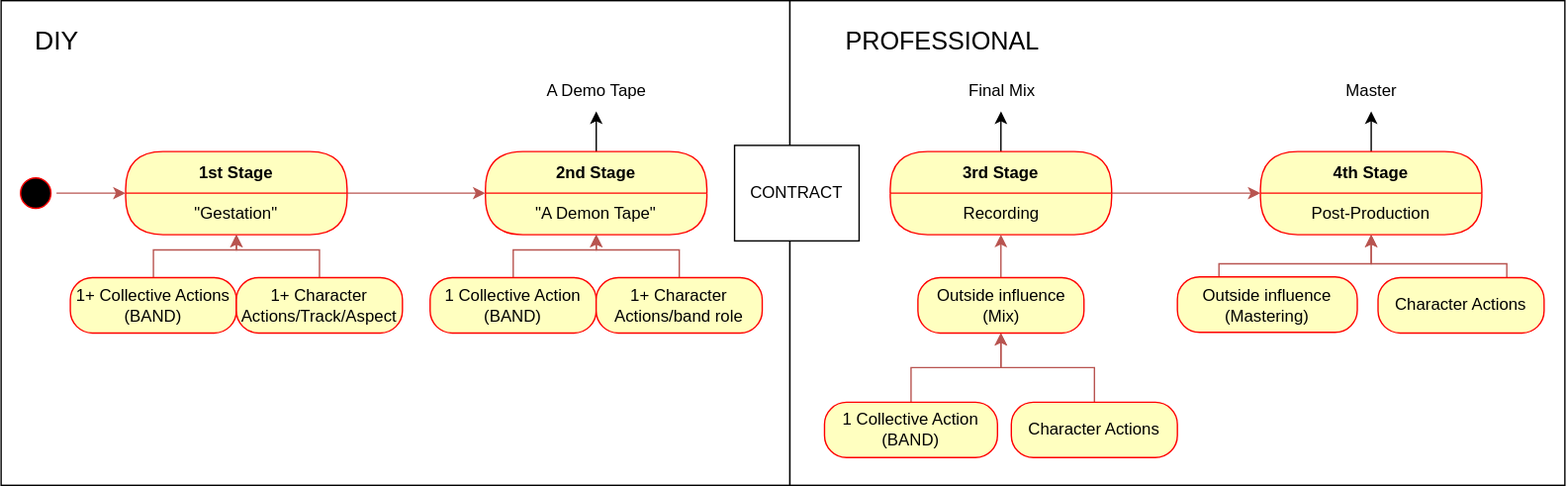
Earlier version of the draw.io export TheProspector/Assets/Schematics/Record.svg (SakuNurmiranta/TheProspector). Source tidied: cells renumbered, new cells last; positions are measured from the earlier drawing's top-left corner, leaving out a move shared by most shapes.
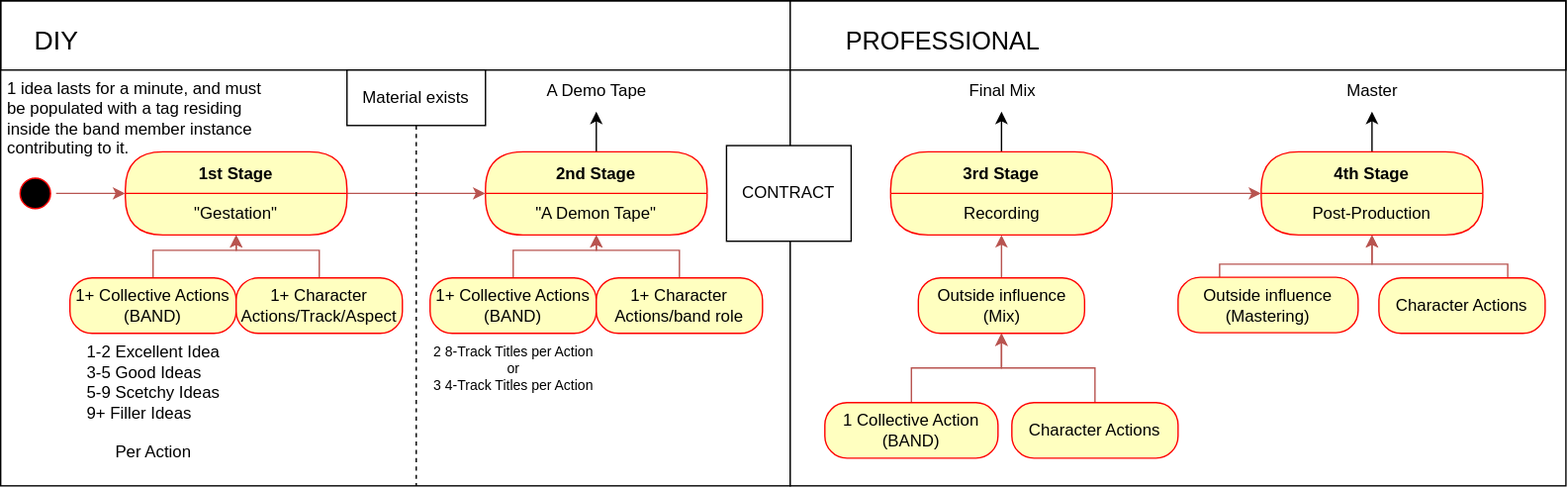
Later version of the same file.

Commit message:
furthering the record concept

The edit, as a diff of the source:
```diff
@@ -26,7 +26,7 @@
     <mxCell id="9" style="edgeStyle=orthogonalEdgeStyle;rounded=0;jettySize=auto;html=1;entryX=0.5;entryY=1;entryDx=0;entryDy=0;fillColor=#f8cecc;strokeColor=#b85450;" parent="1" edge="1" source="10" target="8">
       <mxGeometry relative="1" as="geometry" />
     </mxCell>
-    <mxCell id="10" value="1 Collective Action (BAND)" style="rounded=1;whiteSpace=wrap;html=1;arcSize=40;fontColor=#000000;fillColor=#ffffc0;strokeColor=#ff0000;" parent="1" vertex="1">
+    <mxCell id="10" value="1+ Collective Actions (BAND)" style="rounded=1;whiteSpace=wrap;html=1;arcSize=40;fontColor=#000000;fillColor=#ffffc0;strokeColor=#ff0000;" parent="1" vertex="1">
       <mxGeometry x="310" y="200" width="120" height="40" as="geometry" />
     </mxCell>
     <mxCell id="11" style="edgeStyle=orthogonalEdgeStyle;rounded=0;jettySize=auto;html=1;entryX=0.5;entryY=1;entryDx=0;entryDy=0;fillColor=#f8cecc;strokeColor=#b85450;" parent="1" edge="1" source="12" target="8">
@@ -134,7 +134,7 @@
       <mxGeometry x="960" y="50" width="60" height="30" as="geometry" />
     </mxCell>
     <mxCell id="41" value="CONTRACT" style="whiteSpace=wrap;html=1;" parent="1" vertex="1">
-      <mxGeometry x="530" y="104.5" width="90" height="69" as="geometry" />
+      <mxGeometry x="524" y="104.5" width="90" height="69" as="geometry" />
     </mxCell>
     <mxCell id="42" value="&lt;font style=&quot;font-size: 19px;&quot;&gt;DIY&lt;/font&gt;" style="text;html=1;align=center;verticalAlign=middle;strokeColor=none;fillColor=none;" parent="1" vertex="1">
       <mxGeometry x="10" y="10" width="60" height="40" as="geometry" />
@@ -142,5 +142,20 @@
     <mxCell id="43" value="PROFESSIONAL" style="text;html=1;align=center;verticalAlign=middle;strokeColor=none;fillColor=none;fontSize=18;" parent="1" vertex="1">
       <mxGeometry x="600" y="10" width="160" height="40" as="geometry" />
     </mxCell>
+    <mxCell id="44" style="whiteSpace=wrap;html=1;fillColor=none;" parent="1" vertex="1">
+      <mxGeometry width="1130" height="50" as="geometry" />
+    </mxCell>
+    <mxCell id="45" value="Material exists" style="shape=umlLifeline;perimeter=lifelinePerimeter;whiteSpace=wrap;html=1;newEdgeStyle={&quot;curved&quot;:0,&quot;rounded&quot;:0};" parent="1" vertex="1">
+      <mxGeometry x="250" y="50" width="100" height="300" as="geometry" />
+    </mxCell>
+    <mxCell id="46" value="2 8-Track Titles per Action&lt;br style=&quot;font-size: 10px;&quot;&gt;or&lt;br style=&quot;font-size: 10px;&quot;&gt;3 4-Track Titles per Action" style="text;html=1;align=center;verticalAlign=middle;strokeColor=none;fillColor=none;fontSize=10;" parent="1" vertex="1">
+      <mxGeometry x="300" y="240" width="140" height="50" as="geometry" />
+    </mxCell>
+    <mxCell id="47" value="&lt;div style=&quot;text-align: left; font-size: 12px;&quot;&gt;&lt;span style=&quot;background-color: initial; font-size: 12px;&quot;&gt;1-2 Excellent Idea&lt;/span&gt;&lt;/div&gt;&lt;div style=&quot;text-align: left; font-size: 12px;&quot;&gt;&lt;span style=&quot;background-color: initial; font-size: 12px;&quot;&gt;3-5 Good Ideas&lt;/span&gt;&lt;/div&gt;&lt;div style=&quot;text-align: left; font-size: 12px;&quot;&gt;&lt;span style=&quot;background-color: initial; font-size: 12px;&quot;&gt;5-9 Scetchy Ideas&lt;/span&gt;&lt;/div&gt;&lt;div style=&quot;text-align: left; font-size: 12px;&quot;&gt;&lt;span style=&quot;background-color: initial; font-size: 12px;&quot;&gt;9+ Filler Ideas&lt;/span&gt;&lt;/div&gt;&lt;br style=&quot;font-size: 12px;&quot;&gt;Per Action" style="text;html=1;align=center;verticalAlign=middle;strokeColor=none;fillColor=none;fontSize=12;" parent="1" vertex="1">
+      <mxGeometry x="50" y="240" width="120" height="100" as="geometry" />
+    </mxCell>
+    <mxCell id="48" value="1 idea lasts for a minute,&amp;nbsp;and must &lt;br&gt;be populated with a tag residing&lt;br&gt;inside the band member instance &lt;br&gt;contributing to it." style="text;html=1;align=left;verticalAlign=middle;strokeColor=none;fillColor=none;" parent="1" vertex="1">
+      <mxGeometry x="3" y="50" width="210" height="70" as="geometry" />
+    </mxCell>
   </root>
 </mxGraphModel>
```
